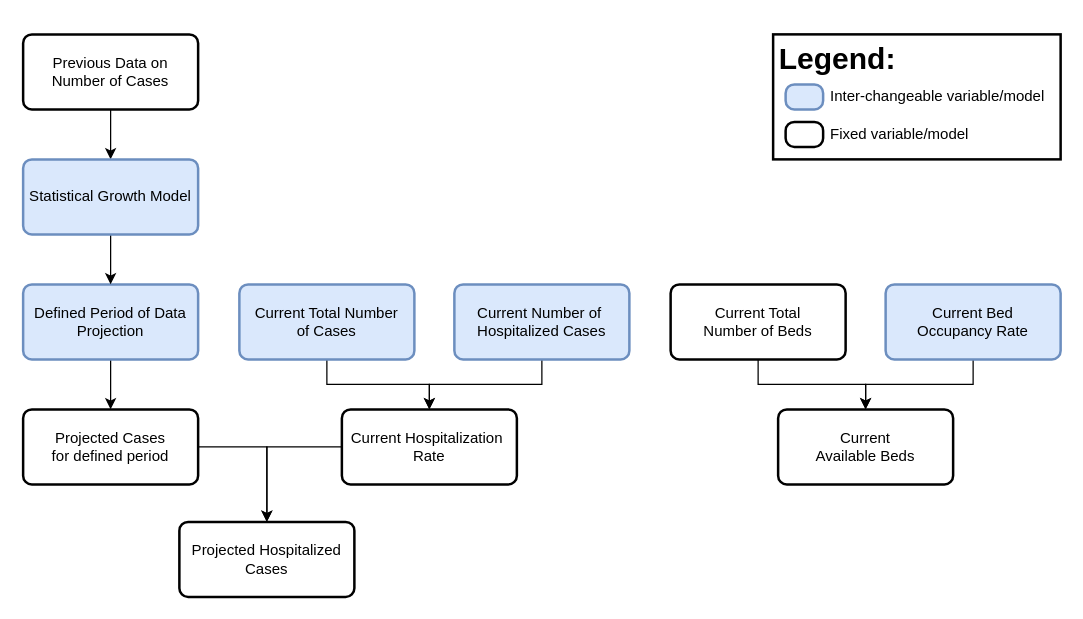
93ramadan/uob-bdsa601-project keeps this draw.io diagram as Report/ScenarioTemplate.drawio. Above is the earlier version. Source tidied: cells renumbered, new cells numbered last; positions are measured from the earlier drawing's top-left corner, leaving out a move shared by most shapes. Both pictures are drawn from the tidied source at 125%, with x=0, y=0 at pixel (22, 34).
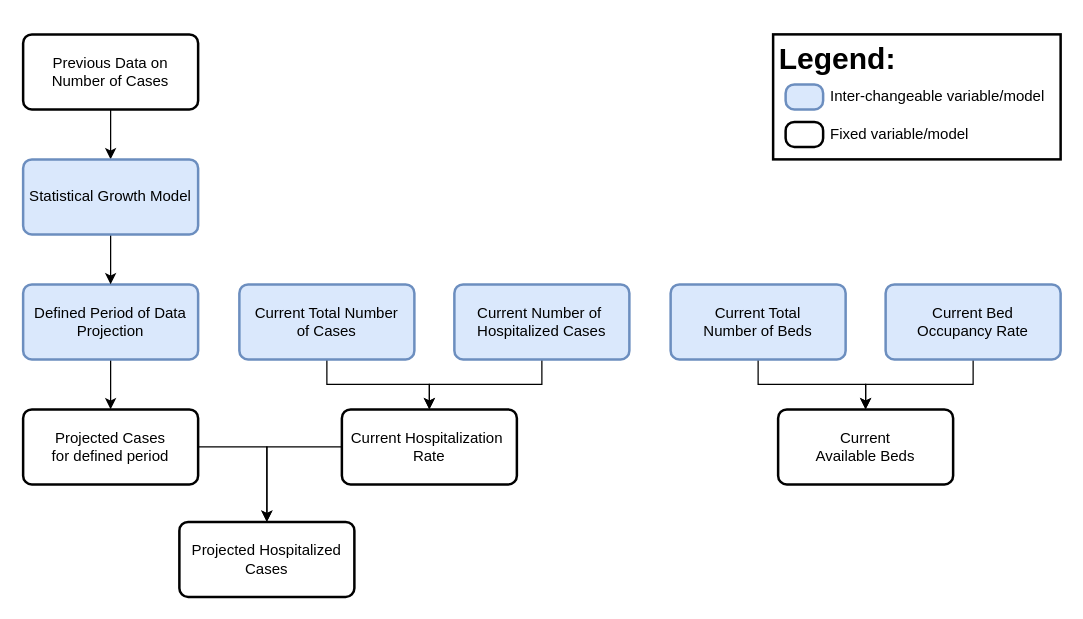
The same diagram, later.

The edit, as a diff of the source:
```diff
@@
-    <mxCell id="7" value="Current Total &lt;br&gt;Number of Beds" style="rounded=1;whiteSpace=wrap;html=1;absoluteArcSize=1;arcSize=14;strokeWidth=2;" parent="1" vertex="1">
+    <mxCell id="7" value="Current Total &lt;br&gt;Number of Beds" style="rounded=1;whiteSpace=wrap;html=1;absoluteArcSize=1;arcSize=14;strokeWidth=2;fillColor=#dae8fc;strokeColor=#6c8ebf;" parent="1" vertex="1">
       <mxGeometry x="518" y="200" width="140" height="60" as="geometry" />
     </mxCell>
```
